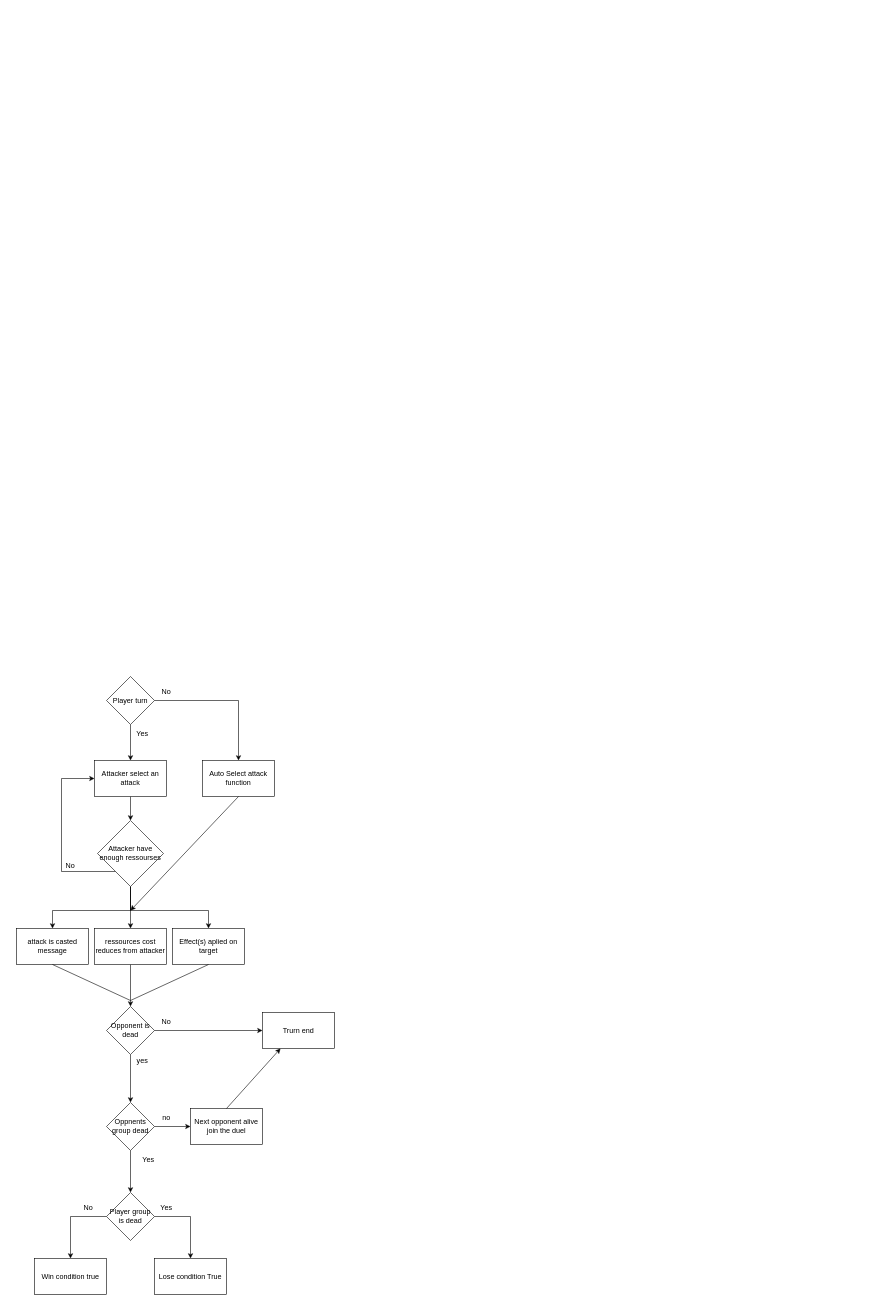
This is Diagram/attackLoop.drawio from JordanMufc/POO-STJ, a draw.io file, before an edit. Source tidied: cells renumbered, new cells numbered last; positions are measured from the earlier drawing's top-left corner, leaving out a move shared by most shapes. Both pictures are drawn from the tidied source at 60%, with x=0, y=0 at pixel (16, 676).
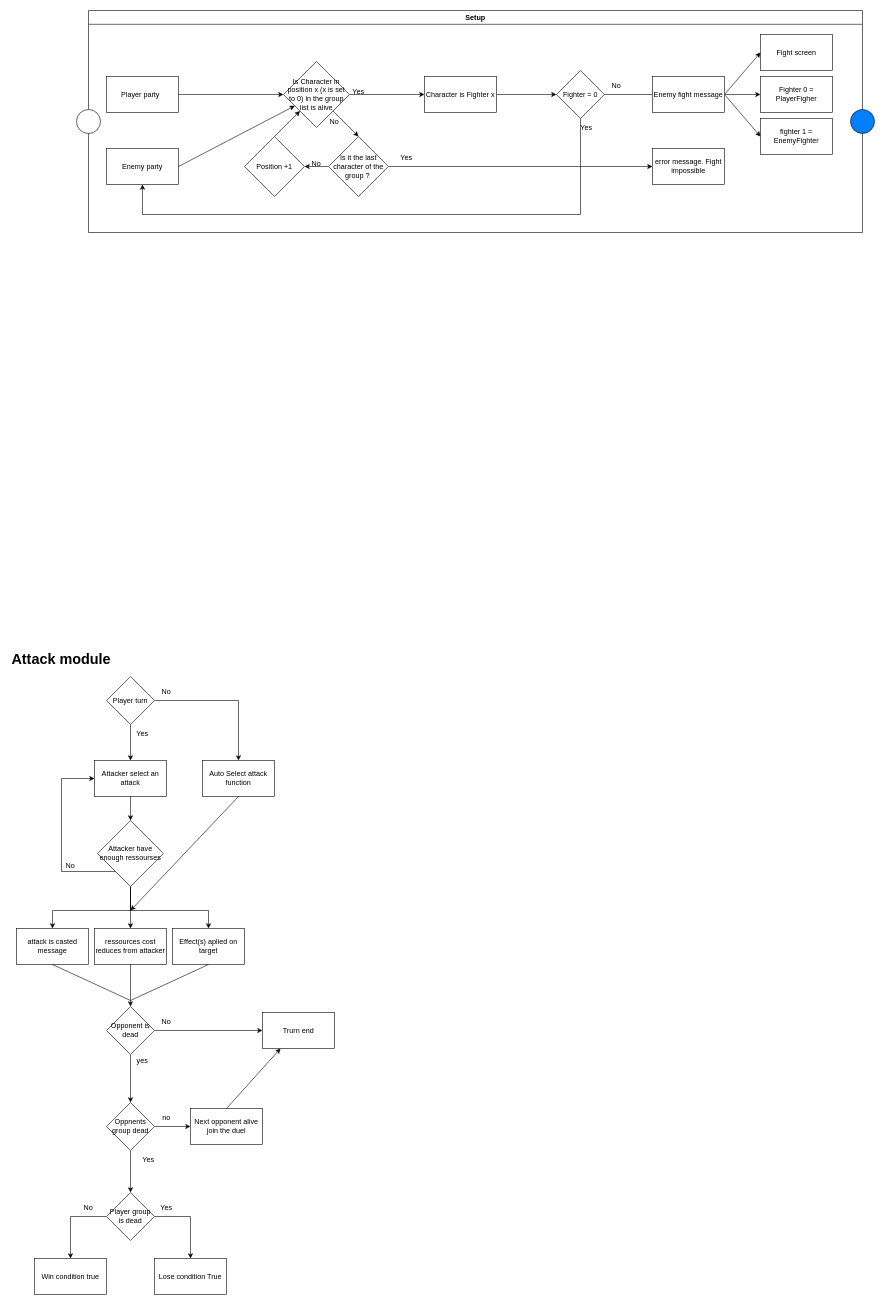
The same page after the edit.

Commit message (it also covers changes not shown here):
IMP: Fight diagram

Setup fight module

What changed in the source:
```diff
@@
+    <mxCell id="43" value="&lt;h1 style=&quot;margin-top: 0px;&quot;&gt;Attack module&lt;/h1&gt;" style="text;html=1;whiteSpace=wrap;overflow=hidden;rounded=0;" parent="1" vertex="1">
+      <mxGeometry x="-10" y="-50" width="180" height="120" as="geometry" />
+    </mxCell>
+    <mxCell id="44" value="Setup" style="swimlane;whiteSpace=wrap;html=1;" parent="1" vertex="1">
+      <mxGeometry x="120" y="-1110" width="1290" height="370" as="geometry" />
+    </mxCell>
+    <mxCell id="45" style="edgeStyle=orthogonalEdgeStyle;rounded=0;jettySize=auto;html=1;" parent="44" edge="1" source="46" target="51">
+      <mxGeometry relative="1" as="geometry" />
+    </mxCell>
+    <mxCell id="46" value="Is Character in position x (x is set to 0) in the group list is alive" style="rhombus;whiteSpace=wrap;html=1;" parent="44" vertex="1">
+      <mxGeometry x="325" y="85" width="110" height="110" as="geometry" />
+    </mxCell>
+    <mxCell id="47" value="Enemy party" style="rounded=0;whiteSpace=wrap;html=1;" parent="44" vertex="1">
+      <mxGeometry x="30" y="230" width="120" height="60" as="geometry" />
+    </mxCell>
+    <mxCell id="48" style="edgeStyle=orthogonalEdgeStyle;rounded=0;jettySize=auto;html=1;" parent="44" edge="1" source="49" target="46">
+      <mxGeometry relative="1" as="geometry" />
+    </mxCell>
+    <mxCell id="49" value="Player party&amp;nbsp;&amp;nbsp;" style="rounded=0;whiteSpace=wrap;html=1;" parent="44" vertex="1">
+      <mxGeometry x="30" y="110" width="120" height="60" as="geometry" />
+    </mxCell>
+    <mxCell id="50" style="edgeStyle=orthogonalEdgeStyle;rounded=0;jettySize=auto;html=1;" parent="44" edge="1" source="51" target="64">
+      <mxGeometry relative="1" as="geometry" />
+    </mxCell>
+    <mxCell id="51" value="Character is Fighter x" style="whiteSpace=wrap;html=1;" parent="44" vertex="1">
+      <mxGeometry x="560" y="110" width="120" height="60" as="geometry" />
+    </mxCell>
+    <mxCell id="52" value="Yes" style="text;html=1;align=center;verticalAlign=middle;whiteSpace=wrap;rounded=0;" parent="44" vertex="1">
+      <mxGeometry x="420" y="120" width="60" height="30" as="geometry" />
+    </mxCell>
+    <mxCell id="53" style="edgeStyle=orthogonalEdgeStyle;rounded=0;jettySize=auto;html=1;" parent="44" edge="1" source="55" target="58">
+      <mxGeometry relative="1" as="geometry" />
+    </mxCell>
+    <mxCell id="54" style="edgeStyle=orthogonalEdgeStyle;rounded=0;jettySize=auto;html=1;" parent="44" edge="1" source="55" target="60">
+      <mxGeometry relative="1" as="geometry" />
+    </mxCell>
+    <mxCell id="55" value="Is it the last character of the group ?&amp;nbsp;" style="rhombus;whiteSpace=wrap;html=1;" parent="44" vertex="1">
+      <mxGeometry x="400" y="210" width="100" height="100" as="geometry" />
+    </mxCell>
+    <mxCell id="56" style="endArrow=classic;html=1;rounded=0;exitX=1;exitY=1;exitDx=0;exitDy=0;entryX=0.5;entryY=0;entryDx=0;entryDy=0;" parent="44" edge="1" source="46" target="55">
+      <mxGeometry relative="1" as="geometry" />
+    </mxCell>
+    <mxCell id="57" value="No" style="text;html=1;align=center;verticalAlign=middle;whiteSpace=wrap;rounded=0;" parent="44" vertex="1">
+      <mxGeometry x="380" y="170" width="60" height="30" as="geometry" />
+    </mxCell>
+    <mxCell id="58" value="error message. Fight impossible" style="whiteSpace=wrap;html=1;" parent="44" vertex="1">
+      <mxGeometry x="940" y="230" width="120" height="60" as="geometry" />
+    </mxCell>
+    <mxCell id="59" value="Yes" style="text;html=1;align=center;verticalAlign=middle;whiteSpace=wrap;rounded=0;" parent="44" vertex="1">
+      <mxGeometry x="500" y="230" width="60" height="30" as="geometry" />
+    </mxCell>
+    <mxCell id="60" value="Position +1" style="rhombus;whiteSpace=wrap;html=1;" parent="44" vertex="1">
+      <mxGeometry x="260" y="210" width="100" height="100" as="geometry" />
+    </mxCell>
+    <mxCell id="61" style="endArrow=classic;html=1;rounded=0;exitX=0.5;exitY=0;exitDx=0;exitDy=0;entryX=0;entryY=1;entryDx=0;entryDy=0;" parent="44" edge="1" source="60" target="46">
+      <mxGeometry relative="1" as="geometry" />
+    </mxCell>
+    <mxCell id="62" value="No" style="text;html=1;align=center;verticalAlign=middle;whiteSpace=wrap;rounded=0;" parent="44" vertex="1">
+      <mxGeometry x="350" y="240" width="60" height="30" as="geometry" />
+    </mxCell>
+    <mxCell id="63" style="edgeStyle=orthogonalEdgeStyle;rounded=0;jettySize=auto;html=1;entryX=0.5;entryY=1;entryDx=0;entryDy=0;" parent="44" edge="1" source="64" target="47">
+      <mxGeometry relative="1" as="geometry">
+        <Array as="points">
+          <mxPoint x="820" y="340" />
+          <mxPoint x="90" y="340" />
+        </Array>
+      </mxGeometry>
+    </mxCell>
+    <mxCell id="64" value="Fighter = 0" style="rhombus;whiteSpace=wrap;html=1;" parent="44" vertex="1">
+      <mxGeometry x="780" y="100" width="80" height="80" as="geometry" />
+    </mxCell>
+    <mxCell id="65" value="Yes" style="text;html=1;align=center;verticalAlign=middle;whiteSpace=wrap;rounded=0;" parent="44" vertex="1">
+      <mxGeometry x="800" y="180" width="60" height="30" as="geometry" />
+    </mxCell>
+    <mxCell id="66" value="No" style="text;html=1;align=center;verticalAlign=middle;whiteSpace=wrap;rounded=0;" parent="44" vertex="1">
+      <mxGeometry x="850" y="110" width="60" height="30" as="geometry" />
+    </mxCell>
+    <mxCell id="67" value="Fight screen" style="rounded=0;whiteSpace=wrap;html=1;" parent="44" vertex="1">
+      <mxGeometry x="1120" y="40" width="120" height="60" as="geometry" />
+    </mxCell>
+    <mxCell id="68" style="endArrow=none;html=1;rounded=0;exitX=1;exitY=0.5;exitDx=0;exitDy=0;" parent="44" edge="1" source="64">
+      <mxGeometry relative="1" as="geometry">
+        <mxPoint x="940" y="140" as="targetPoint" />
+      </mxGeometry>
+    </mxCell>
+    <mxCell id="69" style="endArrow=classic;html=1;rounded=0;entryX=0;entryY=0.5;entryDx=0;entryDy=0;" parent="44" edge="1" target="67">
+      <mxGeometry relative="1" as="geometry">
+        <mxPoint x="1060" y="140" as="sourcePoint" />
+      </mxGeometry>
+    </mxCell>
+    <mxCell id="70" value="Fighter 0 = PlayerFigher" style="rounded=0;whiteSpace=wrap;html=1;" parent="44" vertex="1">
+      <mxGeometry x="1120" y="110" width="120" height="60" as="geometry" />
+    </mxCell>
+    <mxCell id="71" style="endArrow=classic;html=1;rounded=0;entryX=0;entryY=0.5;entryDx=0;entryDy=0;" parent="44" edge="1" target="70">
+      <mxGeometry relative="1" as="geometry">
+        <mxPoint x="1060" y="140" as="sourcePoint" />
+      </mxGeometry>
+    </mxCell>
+    <mxCell id="72" value="fighter 1 = EnemyFighter" style="rounded=0;whiteSpace=wrap;html=1;" parent="44" vertex="1">
+      <mxGeometry x="1120" y="180" width="120" height="60" as="geometry" />
+    </mxCell>
+    <mxCell id="73" style="endArrow=classic;html=1;rounded=0;entryX=0;entryY=0.5;entryDx=0;entryDy=0;" parent="44" edge="1" target="72">
+      <mxGeometry relative="1" as="geometry">
+        <mxPoint x="1060" y="140" as="sourcePoint" />
+      </mxGeometry>
+    </mxCell>
+    <mxCell id="74" style="endArrow=classic;html=1;rounded=0;exitX=1;exitY=0.5;exitDx=0;exitDy=0;" parent="44" edge="1" source="47" target="46">
+      <mxGeometry relative="1" as="geometry" />
+    </mxCell>
+    <mxCell id="75" value="Enemy fight message" style="rounded=0;whiteSpace=wrap;html=1;" parent="44" vertex="1">
+      <mxGeometry x="940" y="110" width="120" height="60" as="geometry" />
+    </mxCell>
+    <mxCell id="76" style="ellipse;whiteSpace=wrap;html=1;fillColor=#FFFFFF;" parent="44" vertex="1">
+      <mxGeometry x="-20" y="165" width="40" height="40" as="geometry" />
+    </mxCell>
+    <mxCell id="77" style="ellipse;whiteSpace=wrap;html=1;fillColor=#007FFF;" parent="1" vertex="1">
+      <mxGeometry x="1390" y="-945" width="40" height="40" as="geometry" />
+    </mxCell>
```
